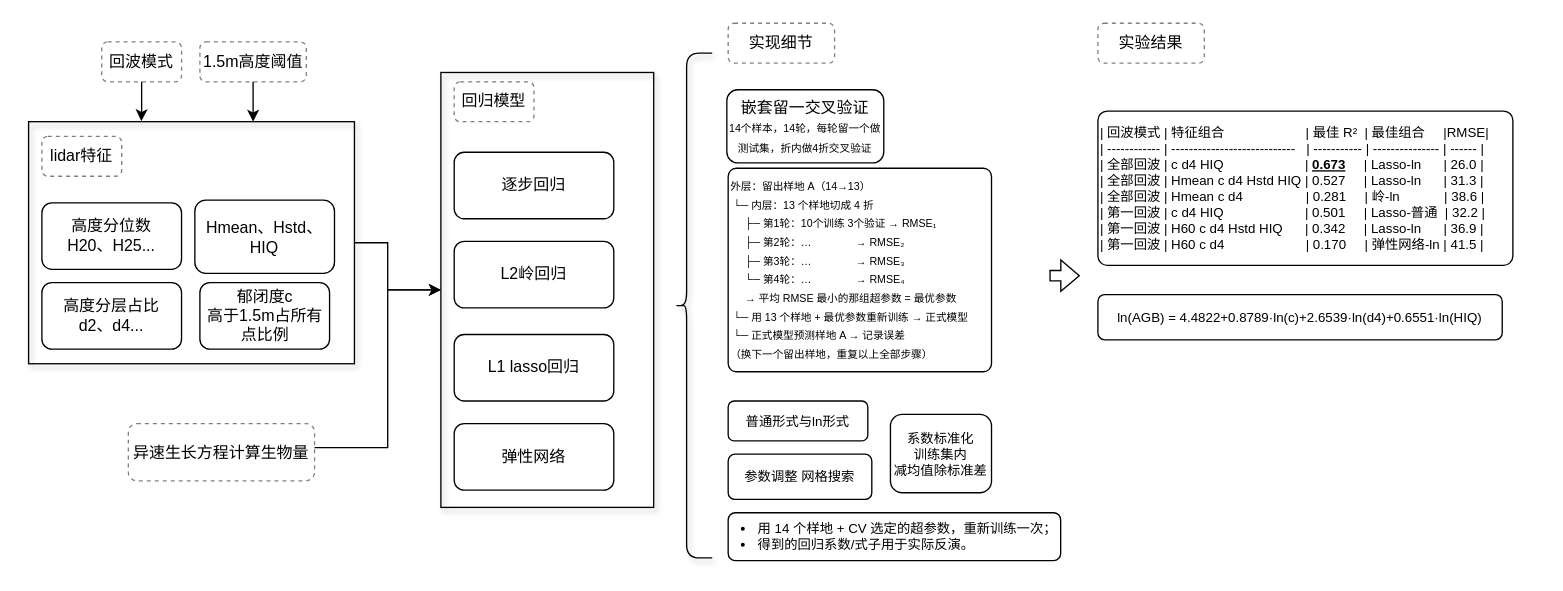
The draw.io diagram 第一阶段建模261122.drawio in phemixluo/mydrawio, before the edit. Source tidied: cells renumbered, new cells numbered last; positions are measured from the earlier drawing's top-left corner, leaving out a move shared by most shapes. Both pictures are drawn from the tidied source at 133%, with x=0, y=0 at pixel (28, 23).
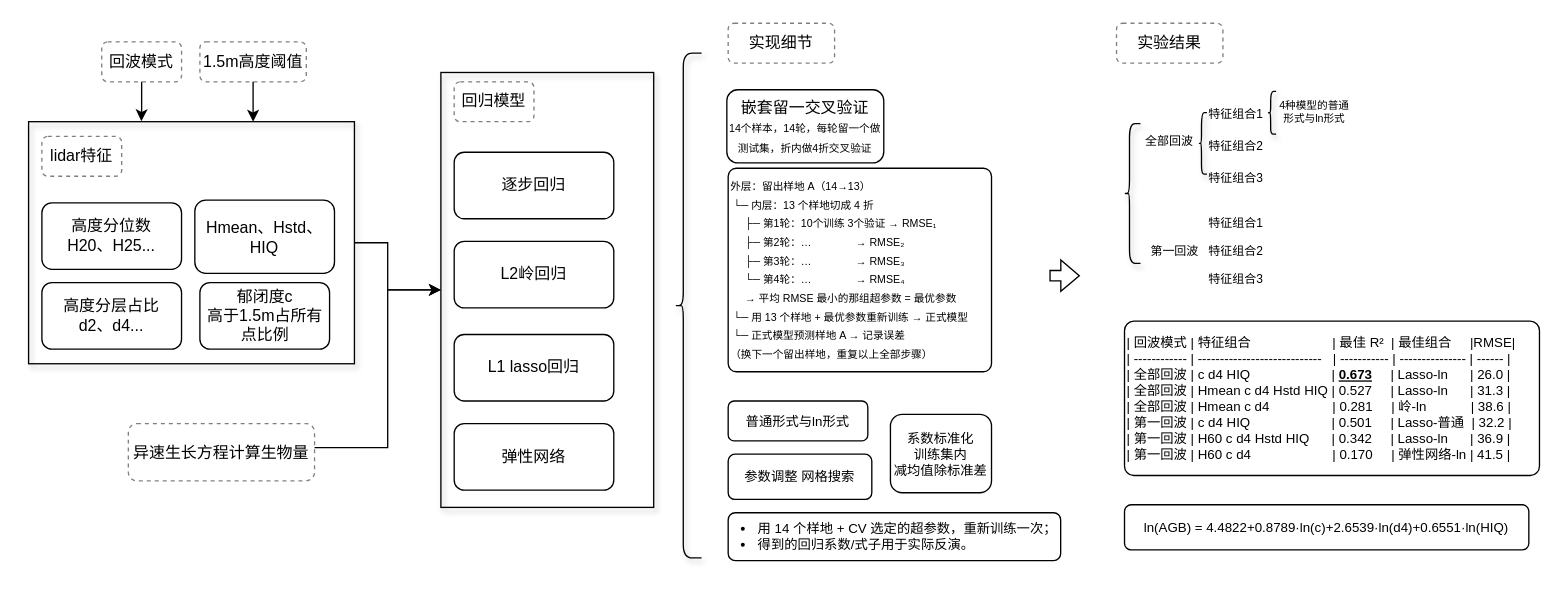
The same page after the edit.

Commit message:
更新第一阶段建模261122.drawio

What changed in the source:
```diff
@@
     <mxCell id="5" value="实验结果" style="rounded=1;whiteSpace=wrap;html=1;strokeWidth=1;fillWeight=4;hachureGap=8;hachureAngle=45;fillColor=none;strokeColor=#808080;multiple=0;glass=0;shadow=0;roundedPerimeter=1;dashed=1;fontSize=12;" parent="1" vertex="1">
-      <mxGeometry x="804" width="80" height="30" as="geometry" />
+      <mxGeometry x="818" width="80" height="30" as="geometry" />
     </mxCell>
@@
     <mxCell id="32" style="shape=curlyBracket;whiteSpace=wrap;html=1;rounded=1;labelPosition=left;verticalLabelPosition=middle;align=right;verticalAlign=middle;labelPerimeter=1;strokeWidth=1;size=0.3125;shadow=1;multiple=0;" parent="1" vertex="1">
-      <mxGeometry x="486" y="22.5" width="28" height="379.5" as="geometry" />
+      <mxGeometry x="486" y="22.5" width="20" height="379.5" as="geometry" />
     </mxCell>
@@
     <mxCell id="34" value="&lt;div&gt;| 回波模式 | 特征组合&amp;nbsp; &amp;nbsp; &amp;nbsp; &amp;nbsp; &amp;nbsp; &amp;nbsp; &amp;nbsp; &amp;nbsp; &amp;nbsp; &amp;nbsp; &amp;nbsp; | 最佳 R²&amp;nbsp; | 最佳组合&amp;nbsp; &amp;nbsp; &amp;nbsp;|RMSE|&lt;br&gt;| ------------ | ----------------------------&amp;nbsp; &amp;nbsp;| ----------- | --------------- | ------ |&lt;br&gt;| 全部回波 | c d4 HIQ&amp;nbsp; &amp;nbsp; &amp;nbsp; &amp;nbsp; &amp;nbsp; &amp;nbsp; &amp;nbsp; &amp;nbsp; &amp;nbsp; &amp;nbsp; &amp;nbsp; | &lt;b&gt;&lt;u&gt;0.673&lt;/u&gt;&amp;nbsp;&lt;/b&gt; &amp;nbsp; &amp;nbsp;| Lasso-ln&amp;nbsp; &amp;nbsp; &amp;nbsp; | 26.0 |&lt;br&gt;| 全部回波 | Hmean c d4 Hstd HIQ | 0.527&amp;nbsp; &amp;nbsp; &amp;nbsp;| Lasso-ln&amp;nbsp; &amp;nbsp; &amp;nbsp; | 31.3 |&lt;br&gt;| 全部回波 | Hmean c d4&amp;nbsp; &amp;nbsp; &amp;nbsp; &amp;nbsp; &amp;nbsp; &amp;nbsp; &amp;nbsp; &amp;nbsp; &amp;nbsp;| 0.281&amp;nbsp; &amp;nbsp; &amp;nbsp;| 岭-ln&amp;nbsp; &amp;nbsp; &amp;nbsp; &amp;nbsp; &amp;nbsp; &amp;nbsp; | 38.6 |&lt;br&gt;| 第一回波 | c d4 HIQ&amp;nbsp; &amp;nbsp; &amp;nbsp; &amp;nbsp; &amp;nbsp; &amp;nbsp; &amp;nbsp; &amp;nbsp; &amp;nbsp; &amp;nbsp; &amp;nbsp; | 0.501&amp;nbsp; &amp;nbsp; &amp;nbsp;| Lasso-普通&amp;nbsp; | 32.2 |&lt;br&gt;| 第一回波 | H60 c d4 Hstd HIQ&amp;nbsp; &amp;nbsp; &amp;nbsp; | 0.342&amp;nbsp; &amp;nbsp; &amp;nbsp;| Lasso-ln&amp;nbsp; &amp;nbsp; &amp;nbsp; | 36.9 |&lt;br&gt;| 第一回波 | H60 c d4&amp;nbsp; &amp;nbsp; &amp;nbsp; &amp;nbsp; &amp;nbsp; &amp;nbsp; &amp;nbsp; &amp;nbsp; &amp;nbsp; &amp;nbsp; &amp;nbsp; | 0.170&amp;nbsp; &amp;nbsp; &amp;nbsp;| 弹性网络-ln | 41.5 |&lt;/div&gt;" style="rounded=1;roundedPerimeter=1;fontSize=10;arcSize=6;align=left;labelBorderColor=none;html=1;whiteSpace=wrap;verticalAlign=middle;" parent="1" vertex="1">
-      <mxGeometry x="804" y="66" width="312" height="116" as="geometry" />
+      <mxGeometry x="824" y="224" width="312" height="116" as="geometry" />
     </mxCell>
     <mxCell id="35" value="&lt;div&gt;ln(AGB) = 4.4822&lt;span style=&quot;background-color: transparent; color: light-dark(rgb(0, 0, 0), rgb(237, 237, 237));&quot;&gt;+0.8789·ln(c)&lt;/span&gt;&lt;span style=&quot;background-color: transparent; color: light-dark(rgb(0, 0, 0), rgb(237, 237, 237));&quot;&gt;+2.6539·ln(d4)&lt;/span&gt;&lt;span style=&quot;background-color: transparent; color: light-dark(rgb(0, 0, 0), rgb(237, 237, 237));&quot;&gt;+0.6551·ln(HIQ)&lt;/span&gt;&lt;/div&gt;" style="rounded=1;whiteSpace=wrap;html=1;roundedPerimeter=1;fontSize=10;fontColor=#000000;" parent="1" vertex="1">
-      <mxGeometry x="804" y="204" width="304" height="34" as="geometry" />
+      <mxGeometry x="824" y="362" width="304" height="34" as="geometry" />
     </mxCell>
@@
+    <mxCell id="37" value="全部回波" style="text;html=1;whiteSpace=wrap;strokeColor=none;fillColor=none;align=center;verticalAlign=middle;rounded=0;fontSize=9;" parent="1" vertex="1">
+      <mxGeometry x="834" y="80.5" width="48" height="17" as="geometry" />
+    </mxCell>
+    <mxCell id="38" value="第一回波" style="text;html=1;whiteSpace=wrap;strokeColor=none;fillColor=none;align=center;verticalAlign=middle;rounded=0;fontSize=9;" parent="1" vertex="1">
+      <mxGeometry x="838" y="163" width="48" height="17" as="geometry" />
+    </mxCell>
+    <mxCell id="39" style="shape=curlyBracket;whiteSpace=wrap;html=1;rounded=1;labelPosition=left;verticalLabelPosition=middle;align=right;verticalAlign=middle;labelPerimeter=1;strokeWidth=1;size=0.3125;shadow=1;multiple=0;" parent="1" vertex="1">
+      <mxGeometry x="824" y="75.5" width="12" height="105" as="geometry" />
+    </mxCell>
+    <mxCell id="40" value="特征组合1" style="text;html=1;whiteSpace=wrap;strokeColor=none;fillColor=none;align=center;verticalAlign=middle;rounded=0;fontSize=9;flipH=1;legacyAnchorPoints=0;flipV=0;" parent="1" vertex="1">
+      <mxGeometry x="884" y="59.5" width="48" height="18" as="geometry" />
+    </mxCell>
+    <mxCell id="41" value="特征组合2" style="text;html=1;whiteSpace=wrap;strokeColor=none;fillColor=none;align=center;verticalAlign=middle;rounded=0;fontSize=9;flipH=1;legacyAnchorPoints=0;flipV=0;" parent="1" vertex="1">
+      <mxGeometry x="884" y="83.5" width="48" height="18" as="geometry" />
+    </mxCell>
+    <mxCell id="42" value="特征组合3" style="text;html=1;whiteSpace=wrap;strokeColor=none;fillColor=none;align=center;verticalAlign=middle;rounded=0;fontSize=9;flipH=1;legacyAnchorPoints=0;flipV=0;" parent="1" vertex="1">
+      <mxGeometry x="884" y="107.5" width="48" height="18" as="geometry" />
+    </mxCell>
+    <mxCell id="43" value="特征组合1" style="text;html=1;whiteSpace=wrap;strokeColor=none;fillColor=none;align=center;verticalAlign=middle;rounded=0;fontSize=9;flipH=1;legacyAnchorPoints=0;flipV=0;" parent="1" vertex="1">
+      <mxGeometry x="884" y="141.5" width="48" height="18" as="geometry" />
+    </mxCell>
+    <mxCell id="44" value="特征组合2" style="text;html=1;whiteSpace=wrap;strokeColor=none;fillColor=none;align=center;verticalAlign=middle;rounded=0;fontSize=9;flipH=1;legacyAnchorPoints=0;flipV=0;" parent="1" vertex="1">
+      <mxGeometry x="884" y="162.5" width="48" height="18" as="geometry" />
+    </mxCell>
+    <mxCell id="45" value="特征组合3" style="text;html=1;whiteSpace=wrap;strokeColor=none;fillColor=none;align=center;verticalAlign=middle;rounded=0;fontSize=9;flipH=1;legacyAnchorPoints=0;flipV=0;" parent="1" vertex="1">
+      <mxGeometry x="884" y="183.5" width="48" height="18" as="geometry" />
+    </mxCell>
+    <mxCell id="46" style="shape=curlyBracket;whiteSpace=wrap;html=1;rounded=1;labelPosition=left;verticalLabelPosition=middle;align=right;verticalAlign=middle;labelPerimeter=1;strokeWidth=1;size=0.3125;shadow=1;multiple=0;" parent="1" vertex="1">
+      <mxGeometry x="880" y="67.2" width="6" height="46.2" as="geometry" />
+    </mxCell>
+    <mxCell id="47" style="shape=curlyBracket;whiteSpace=wrap;html=1;rounded=1;labelPosition=left;verticalLabelPosition=middle;align=right;verticalAlign=middle;labelPerimeter=1;strokeWidth=1;size=0.3125;shadow=1;multiple=0;" parent="1" vertex="1">
+      <mxGeometry x="932" y="51.2" width="6" height="32.2" as="geometry" />
+    </mxCell>
+    <mxCell id="48" value="4种模型的普通形式与ln形式" style="text;html=1;whiteSpace=wrap;strokeColor=none;fillColor=none;align=center;verticalAlign=middle;rounded=0;fontSize=8;flipH=1;legacyAnchorPoints=0;flipV=0;" parent="1" vertex="1">
+      <mxGeometry x="936" y="51.2" width="62" height="32.2" as="geometry" />
+    </mxCell>
```
